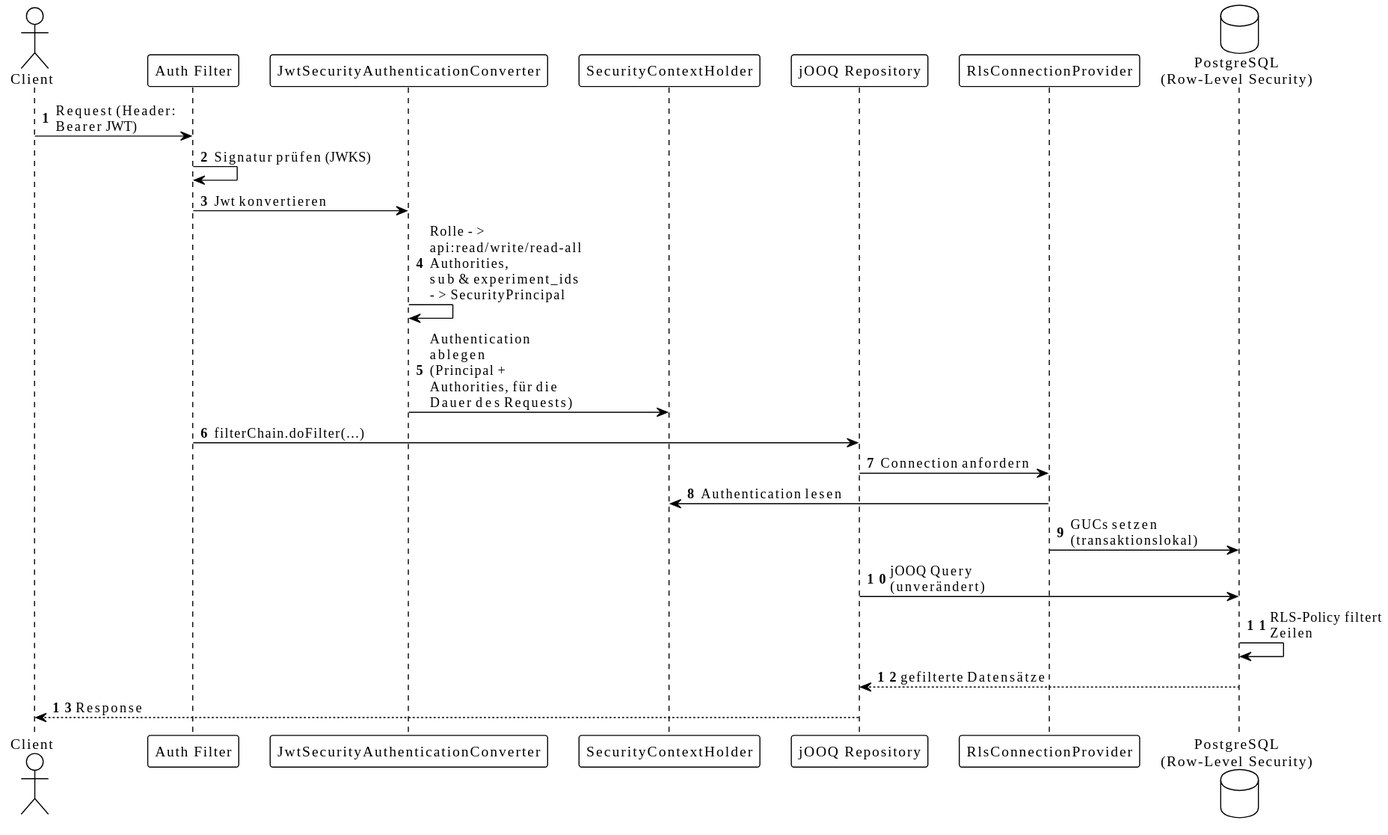
This is documentation/architecture/images/security-context-flow.svg from swisstopo/lg-monteis, a PlantUML export, as it was before one commit.
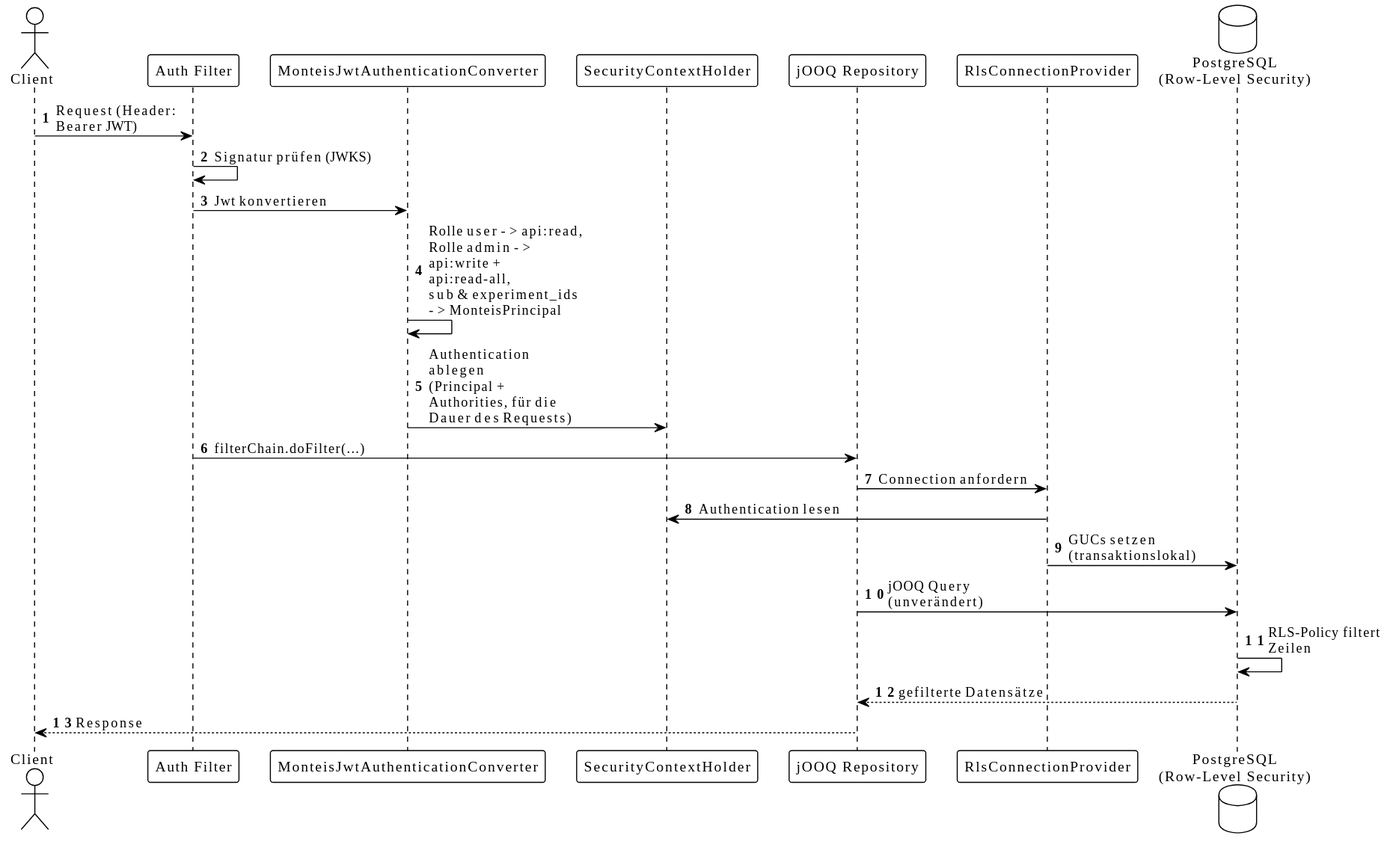
The same file after the commit.

Commit message:
docs(MON-106): adjust documentation for security

Diff of the diagram source:
```diff
@@ -143,7 +143,7 @@
 
 actor Client
 participant "Auth Filter" as AuthFilter
-participant "JwtSecurityAuthenticationConverter" as Converter
+participant "MonteisJwtAuthenticationConverter" as Converter
 participant "SecurityContextHolder" as Holder
 participant "jOOQ Repository" as Repo
 participant "RlsConnectionProvider" as ConnProvider
@@ -153,7 +153,7 @@
 AuthFilter -> AuthFilter : Signatur prüfen (JWKS)
 AuthFilter -> Converter : Jwt konvertieren
 
-Converter -> Converter : Rolle -> api:read/write/read-all Authorities,\nsub & experiment_ids -> SecurityPrincipal
+Converter -> Converter : Rolle user -> api:read,\nRolle admin -> api:write + api:read-all,\nsub & experiment_ids -> MonteisPrincipal
 Converter -> Holder : Authentication ablegen\n(Principal + Authorities, für die Dauer des Requests)
 
 AuthFilter -> Repo : filterChain.doFilter(...)
```
